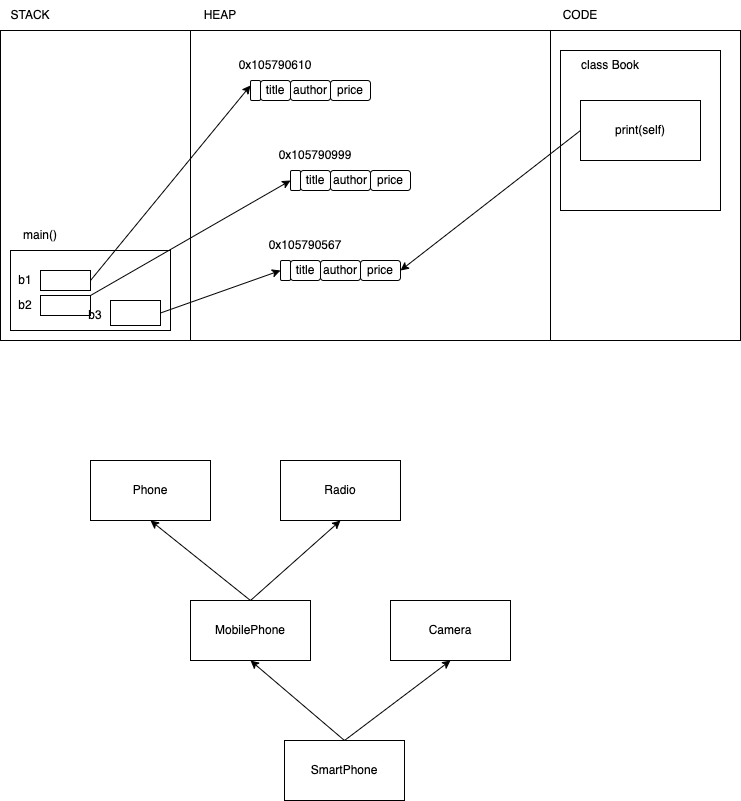
This is python_examples/concepts.dio.png from vinod-kayartaya/TARGET-PYTHON-4-DEC-2023, a draw.io export, as it was before one commit. Source tidied: cells renumbered, new cells last; positions are measured from the earlier drawing's top-left corner, leaving out a move shared by most shapes.
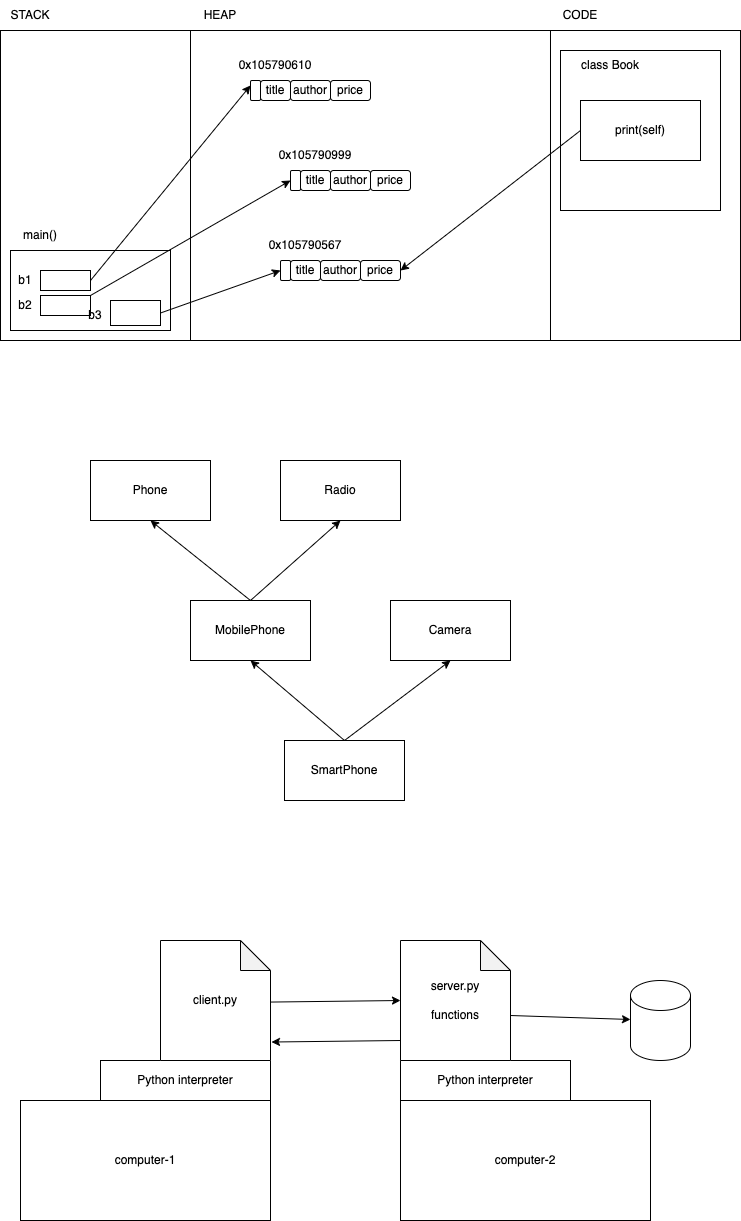
After the change.

Change to the diagram source:
```diff
@@ -137,5 +137,37 @@
     <mxCell id="46" value="SmartPhone" style="rounded=0;whiteSpace=wrap;html=1;" parent="1" vertex="1">
       <mxGeometry x="284" y="740" width="120" height="60" as="geometry" />
     </mxCell>
+    <mxCell id="47" value="computer-1" style="rounded=0;whiteSpace=wrap;html=1;" parent="1" vertex="1">
+      <mxGeometry x="20" y="1100" width="250" height="120" as="geometry" />
+    </mxCell>
+    <mxCell id="48" value="computer-2" style="rounded=0;whiteSpace=wrap;html=1;" parent="1" vertex="1">
+      <mxGeometry x="400" y="1100" width="250" height="120" as="geometry" />
+    </mxCell>
+    <mxCell id="49" value="Python interpreter" style="rounded=0;whiteSpace=wrap;html=1;" parent="1" vertex="1">
+      <mxGeometry x="100" y="1060" width="170" height="40" as="geometry" />
+    </mxCell>
+    <mxCell id="50" value="Python interpreter" style="rounded=0;whiteSpace=wrap;html=1;" parent="1" vertex="1">
+      <mxGeometry x="400" y="1060" width="170" height="40" as="geometry" />
+    </mxCell>
+    <mxCell id="51" style="edgeStyle=none;html=1;exitX=1;exitY=0.513;exitDx=0;exitDy=0;exitPerimeter=0;entryX=0;entryY=0.5;entryDx=0;entryDy=0;entryPerimeter=0;" parent="1" edge="1" source="52" target="54">
+      <mxGeometry relative="1" as="geometry" />
+    </mxCell>
+    <mxCell id="52" value="client.py" style="shape=note;whiteSpace=wrap;html=1;backgroundOutline=1;darkOpacity=0.05;" parent="1" vertex="1">
+      <mxGeometry x="160" y="940" width="110" height="120" as="geometry" />
+    </mxCell>
+    <mxCell id="53" style="edgeStyle=none;html=1;exitX=0;exitY=0;exitDx=110;exitDy=75;exitPerimeter=0;" parent="1" edge="1" source="54" target="55">
+      <mxGeometry relative="1" as="geometry" />
+    </mxCell>
+    <mxCell id="54" value="server.py&lt;br&gt;&lt;br&gt;functions" style="shape=note;whiteSpace=wrap;html=1;backgroundOutline=1;darkOpacity=0.05;" parent="1" vertex="1">
+      <mxGeometry x="400" y="940" width="110" height="120" as="geometry" />
+    </mxCell>
+    <mxCell id="55" style="shape=cylinder3;whiteSpace=wrap;html=1;boundedLbl=1;backgroundOutline=1;size=15;" parent="1" vertex="1">
+      <mxGeometry x="630" y="980" width="60" height="80" as="geometry" />
+    </mxCell>
+    <mxCell id="56" style="edgeStyle=none;html=1;entryX=1.009;entryY=0.846;entryDx=0;entryDy=0;entryPerimeter=0;" parent="1" edge="1" target="52">
+      <mxGeometry relative="1" as="geometry">
+        <mxPoint x="400" y="1040" as="sourcePoint" />
+      </mxGeometry>
+    </mxCell>
   </root>
 </mxGraphModel>
```
